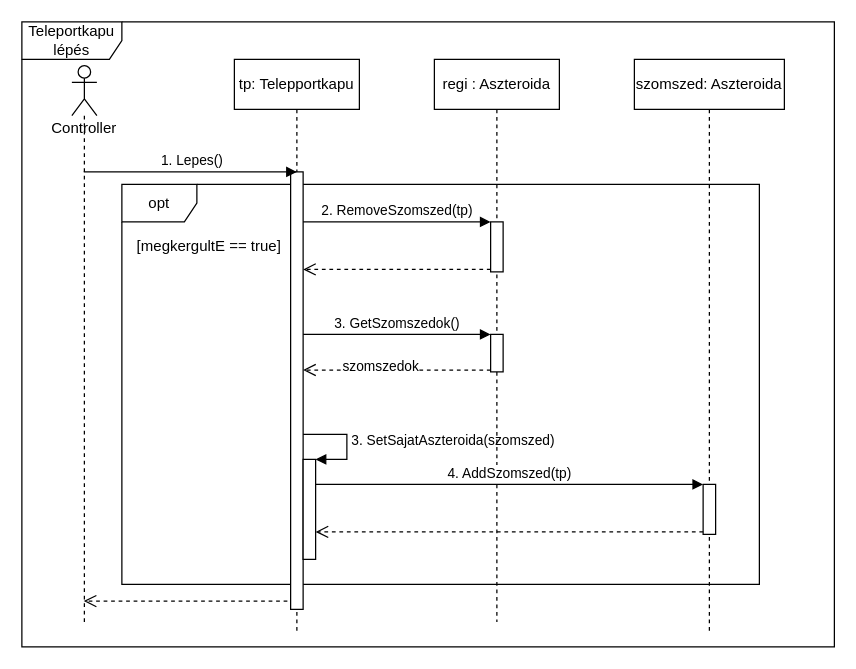
Before: doc/szekvencia/7het_szek_TeleportkapuLepes.drawio in torpeBoiGo/aszteroidabanyaszat, a draw.io diagram. Source tidied: cells renumbered, new cells numbered last; positions are measured from the earlier drawing's top-left corner, leaving out a move shared by most shapes. Both pictures are drawn from the tidied source at 125%, with x=0, y=0 at pixel (21, 21).
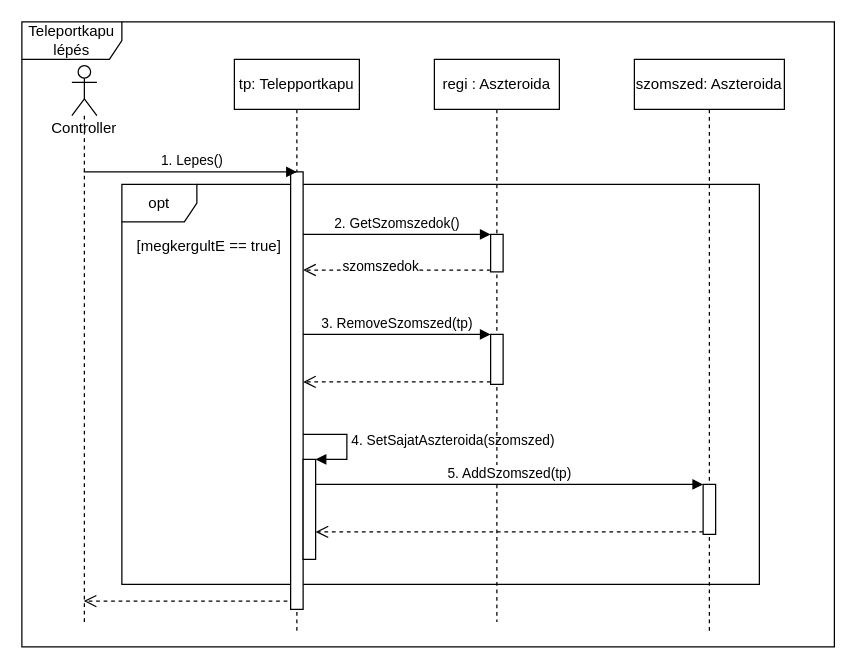
After the change.

Unchanged cells that the change refers to:
```xml
<mxCell id="4" value="tp: Telepportkapu" style="shape=umlLifeline;perimeter=lifelinePerimeter;whiteSpace=wrap;html=1;outlineConnect=0;" parent="1" vertex="1">
  <mxGeometry x="170" y="30" width="100" height="460" as="geometry" />
</mxCell>
<mxCell id="5" style="html=1;points=[];perimeter=orthogonalPerimeter;" parent="4" vertex="1">
  <mxGeometry x="45" y="90" width="10" height="350" as="geometry" />
</mxCell>
<mxCell id="6" style="html=1;points=[];perimeter=orthogonalPerimeter;" parent="4" vertex="1">
  <mxGeometry x="55" y="320" width="10" height="80" as="geometry" />
</mxCell>
<mxCell id="10" value="regi : Aszteroida" style="shape=umlLifeline;perimeter=lifelinePerimeter;whiteSpace=wrap;html=1;" parent="1" vertex="1">
  <mxGeometry x="330" y="30" width="100" height="450" as="geometry" />
</mxCell>
<mxCell id="15" style="html=1;points=[];perimeter=orthogonalPerimeter;" parent="14" vertex="1">
  <mxGeometry x="55" y="340" width="10" height="40" as="geometry" />
</mxCell>
```

Change to the diagram source:
```diff
@@
-    <mxCell id="7" value="3. SetSajatAszteroida(szomszed)" style="edgeStyle=orthogonalEdgeStyle;html=1;align=left;spacingLeft=2;endArrow=block;rounded=0;entryX=1;entryY=0;" parent="4" edge="1" source="5" target="6">
+    <mxCell id="7" value="4. SetSajatAszteroida(szomszed)" style="edgeStyle=orthogonalEdgeStyle;html=1;align=left;spacingLeft=2;endArrow=block;rounded=0;entryX=1;entryY=0;" parent="4" edge="1" source="5" target="6">
       <mxGeometry relative="1" as="geometry">
         <Array as="points">
           <mxPoint x="90" y="300" />
           <mxPoint x="90" y="320" />
         </Array>
       </mxGeometry>
     </mxCell>
@@
     <mxCell id="11" style="html=1;points=[];perimeter=orthogonalPerimeter;" parent="10" vertex="1">
-      <mxGeometry x="45" y="130" width="10" height="40" as="geometry" />
+      <mxGeometry x="45" y="220" width="10" height="40" as="geometry" />
     </mxCell>
     <mxCell id="12" style="html=1;points=[];perimeter=orthogonalPerimeter;" parent="10" vertex="1">
-      <mxGeometry x="45" y="220" width="10" height="30" as="geometry" />
+      <mxGeometry x="45" y="140" width="10" height="30" as="geometry" />
     </mxCell>
@@
-    <mxCell id="16" value="2. RemoveSzomszed(tp)" style="html=1;verticalAlign=bottom;endArrow=block;entryX=0;entryY=0;" parent="1" edge="1" source="5" target="11">
+    <mxCell id="16" value="3. RemoveSzomszed(tp)" style="html=1;verticalAlign=bottom;endArrow=block;entryX=0;entryY=0;" parent="1" edge="1" source="5" target="11">
       <mxGeometry relative="1" as="geometry" />
     </mxCell>
@@
-    <mxCell id="18" value="4. AddSzomszed(tp)" style="html=1;verticalAlign=bottom;endArrow=block;entryX=0;entryY=0;" parent="1" edge="1" source="6" target="15">
+    <mxCell id="18" value="5. AddSzomszed(tp)" style="html=1;verticalAlign=bottom;endArrow=block;entryX=0;entryY=0;" parent="1" edge="1" source="6" target="15">
       <mxGeometry relative="1" as="geometry" />
     </mxCell>
@@
-    <mxCell id="21" value="3. GetSzomszedok()" style="html=1;verticalAlign=bottom;endArrow=block;entryX=0;entryY=0;" parent="1" edge="1" source="5" target="12">
+    <mxCell id="21" value="2. GetSzomszedok()" style="html=1;verticalAlign=bottom;endArrow=block;entryX=0;entryY=0;" parent="1" edge="1" source="5" target="12">
       <mxGeometry relative="1" as="geometry" />
     </mxCell>
```
